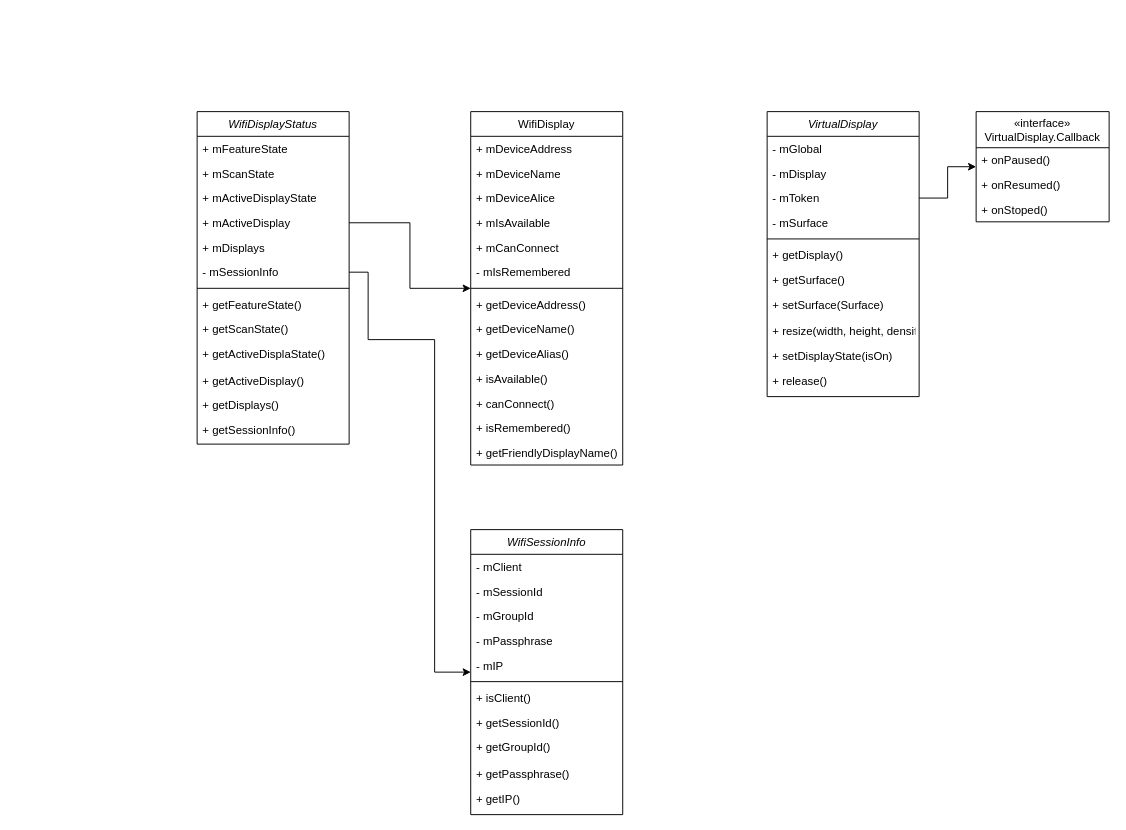
Before: Untitled Diagram.drawio in Sejutor/visio, a draw.io diagram. Source tidied: cells renumbered, new cells numbered last; positions are measured from the earlier drawing's top-left corner, leaving out a move shared by most shapes. Both pictures are drawn from the tidied source at 95%, with x=0, y=0 at pixel (197, 111).
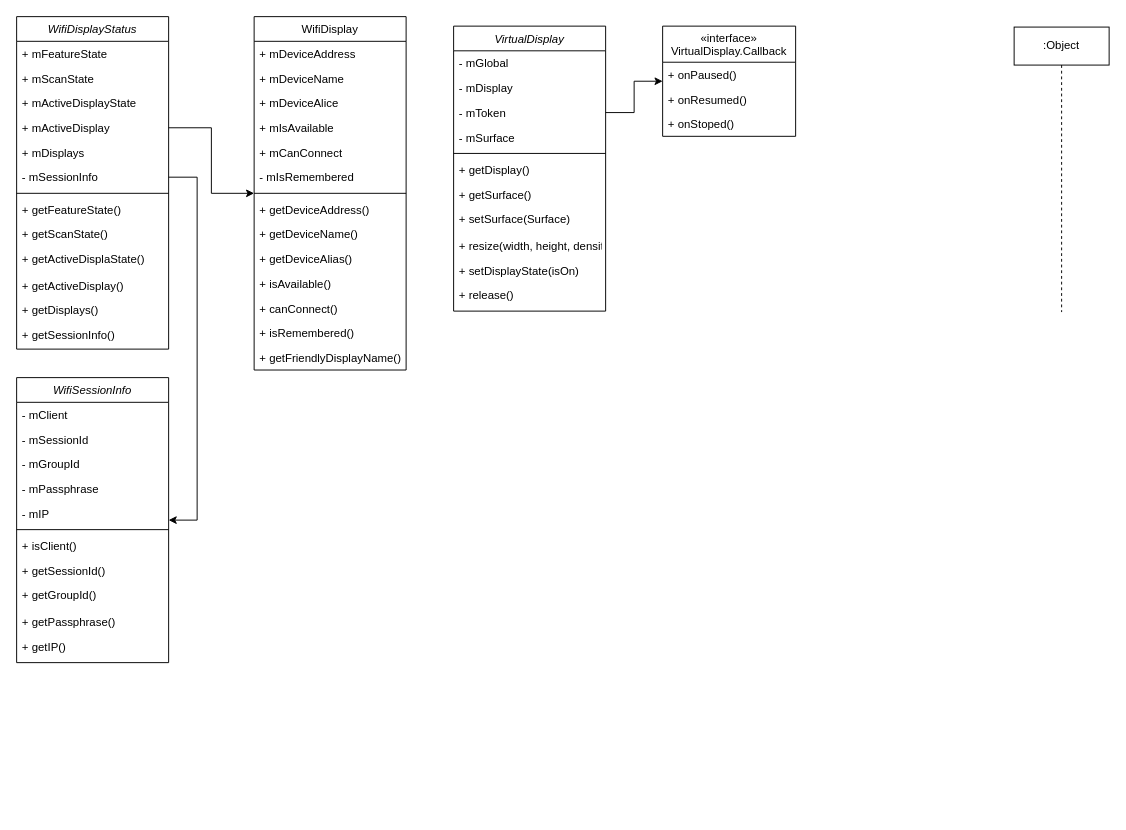
Above is the later version.

The change refers to these unchanged cells:
```xml
<mxCell id="8" value="- mSessionInfo" style="text;strokeColor=none;fillColor=none;align=left;verticalAlign=top;spacingLeft=4;spacingRight=4;overflow=hidden;points=[[0,0.5],[1,0.5]];portConstraint=eastwest;" parent="2" vertex="1">
  <mxGeometry y="156" width="160" height="26" as="geometry" />
</mxCell>
```

Diff of the diagram source:
```diff
@@
     <mxCell id="2" value="WifiDisplayStatus" style="swimlane;fontStyle=2;align=center;verticalAlign=top;horizontal=1;startSize=26;rounded=0;shadow=0;strokeWidth=1;" parent="1" vertex="1">
-      <mxGeometry width="160" height="350" as="geometry" />
+      <mxGeometry x="-190" y="-100" width="160" height="350" as="geometry" />
     </mxCell>
@@
     <mxCell id="16" value="WifiDisplay" style="swimlane;fontStyle=0;align=center;verticalAlign=top;horizontal=1;startSize=26;rounded=0;shadow=0;strokeWidth=1;" parent="1" vertex="1">
-      <mxGeometry x="288" width="160" height="372" as="geometry" />
+      <mxGeometry x="60" y="-100" width="160" height="372" as="geometry" />
     </mxCell>
@@
     <mxCell id="31" value="WifiSessionInfo" style="swimlane;fontStyle=2;align=center;verticalAlign=top;horizontal=1;startSize=26;rounded=0;shadow=0;strokeWidth=1;" parent="1" vertex="1">
-      <mxGeometry x="288" y="440" width="160" height="300" as="geometry" />
+      <mxGeometry x="-190" y="280" width="160" height="300" as="geometry" />
     </mxCell>
@@
     <mxCell id="43" value="VirtualDisplay" style="swimlane;fontStyle=2;align=center;verticalAlign=top;horizontal=1;startSize=26;rounded=0;shadow=0;strokeWidth=1;" parent="1" vertex="1">
-      <mxGeometry x="600" width="160" height="300" as="geometry" />
+      <mxGeometry x="270" y="-90" width="160" height="300" as="geometry" />
     </mxCell>
@@
     <mxCell id="55" value="«interface»&#10;VirtualDisplay.Callback" style="swimlane;fontStyle=0;horizontal=1;startSize=38;fillColor=none;" parent="1" vertex="1">
-      <mxGeometry x="820" width="140" height="116" as="geometry" />
+      <mxGeometry x="490" y="-90" width="140" height="116" as="geometry" />
     </mxCell>
@@
     <mxCell id="60" style="edgeStyle=orthogonalEdgeStyle;rounded=0;jettySize=auto;html=1;" parent="1" edge="1" source="8" target="31">
       <mxGeometry relative="1" as="geometry">
         <Array as="points">
-          <mxPoint x="180" y="169" />
-          <mxPoint x="180" y="240" />
-          <mxPoint x="250" y="240" />
-          <mxPoint x="250" y="590" />
+          <mxPoint y="69" />
+          <mxPoint y="430" />
         </Array>
       </mxGeometry>
     </mxCell>
@@
+    <mxCell id="62" value=":Object" style="shape=umlLifeline;perimeter=lifelinePerimeter;whiteSpace=wrap;html=1;" parent="1" vertex="1">
+      <mxGeometry x="860" y="-89" width="100" height="300" as="geometry" />
+    </mxCell>
```
